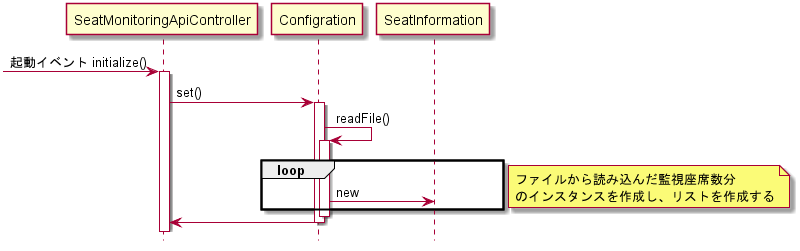
The PlantUML diagram doc/詳細設計/詳細設計書/構成図/SeatMonitoringAPI起動シーケンス図.png in KeisukeSugita/Seat-monitoring-system, before a commit.
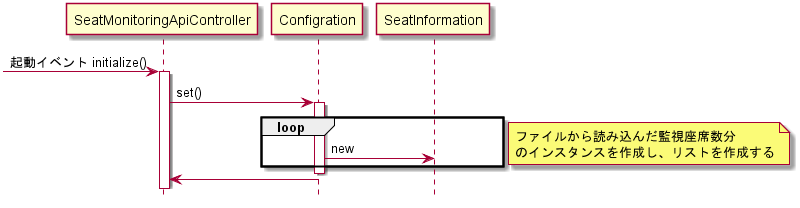
Later version of the same file.

The edit, as a diff of the source:
```diff
@@ -8,8 +8,6 @@
 -> SeatMonitoringApiController :起動イベント initialize()
 activate SeatMonitoringApiController
 SeatMonitoringApiController -> Configration : set()
-activate Configration
-Configration -> Configration :readFile()
 activate Configration
 
 loop
```
